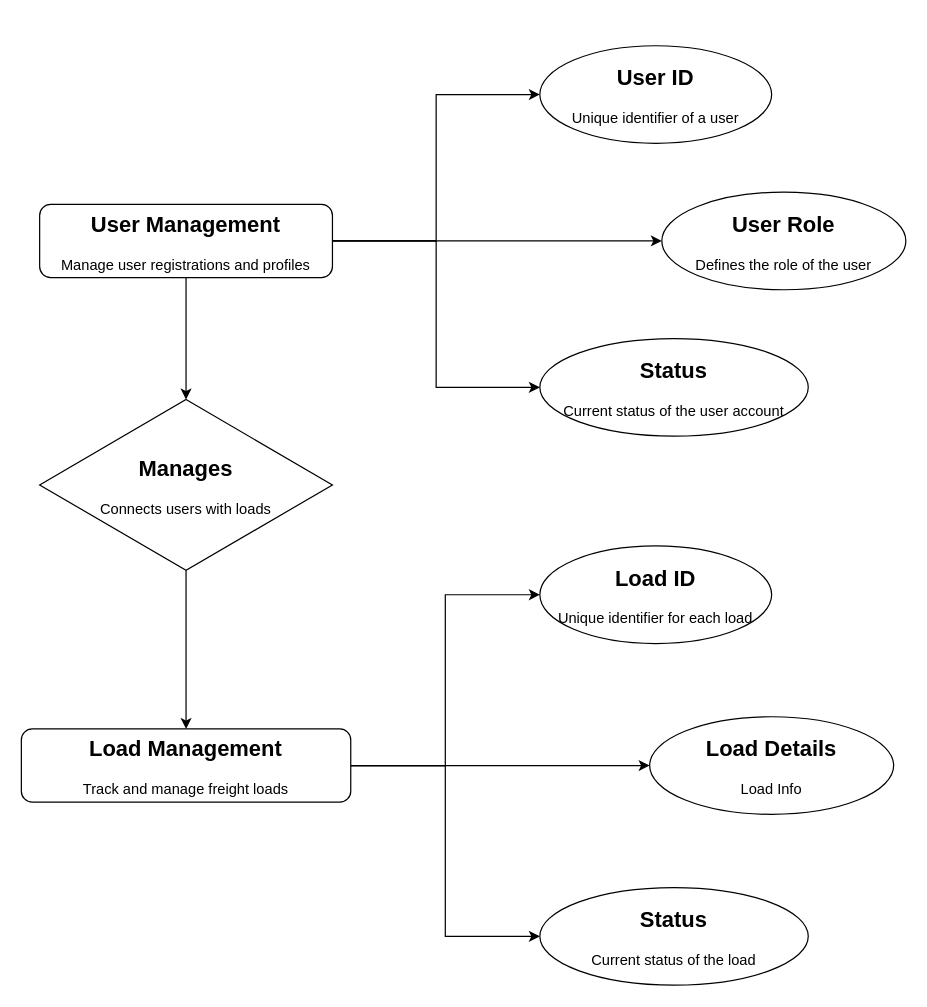
alankaryannam/ayai keeps this draw.io diagram as Untitled Diagram.drawio. Above is the earlier version. Source tidied: cells renumbered, new cells numbered last; positions are measured from the earlier drawing's top-left corner, leaving out a move shared by most shapes. Both pictures are drawn from the tidied source at 122%, with x=0, y=0 at pixel (21, 45).
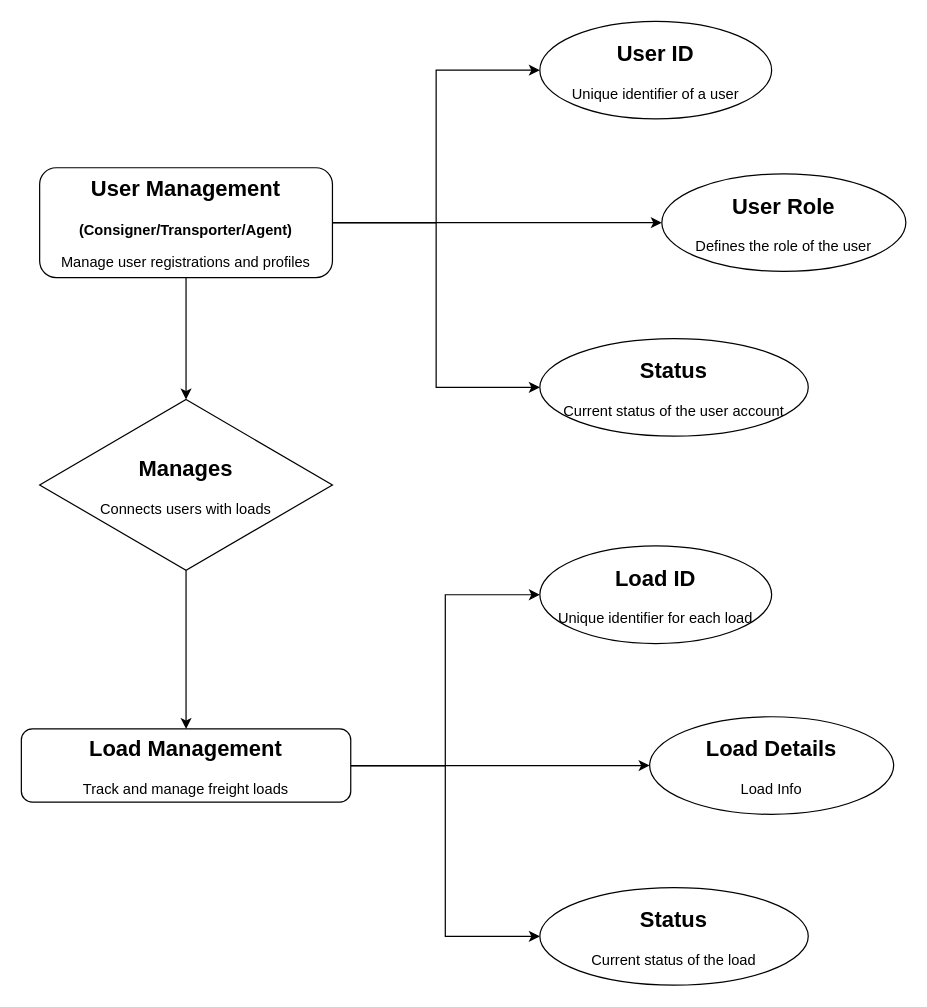
The same page after the edit.

What changed in the source:
```diff
@@
 <mxGraphModel>
   <root>
     <mxCell id="0" />
     <mxCell id="1" parent="0" />
     <mxCell id="2" style="edgeStyle=orthogonalEdgeStyle;rounded=0;jettySize=auto;html=1;exitX=1;exitY=0.5;exitDx=0;exitDy=0;entryX=0;entryY=0.5;entryDx=0;entryDy=0;" parent="1" edge="1" source="5" target="11">
       <mxGeometry relative="1" as="geometry" />
     </mxCell>
     <mxCell id="3" style="edgeStyle=orthogonalEdgeStyle;rounded=0;jettySize=auto;html=1;entryX=0;entryY=0.5;entryDx=0;entryDy=0;" parent="1" edge="1" source="5" target="12">
       <mxGeometry relative="1" as="geometry" />
     </mxCell>
     <mxCell id="4" style="edgeStyle=orthogonalEdgeStyle;rounded=0;jettySize=auto;html=1;entryX=0.5;entryY=0;entryDx=0;entryDy=0;" parent="1" edge="1" source="5" target="15">
       <mxGeometry relative="1" as="geometry" />
     </mxCell>
-    <mxCell id="5" value="&lt;h2&gt;User Management&lt;/h2&gt;&lt;p&gt;Manage user registrations and profiles&lt;/p&gt;" style="rounded=1;whiteSpace=wrap;html=1;" parent="1" vertex="1">
-      <mxGeometry x="15" y="130" width="240" height="60" as="geometry" />
+    <mxCell id="5" value="&lt;h2&gt;User Management&lt;/h2&gt;&lt;div&gt;&lt;b&gt;(Consigner/Transporter/Agent)&lt;/b&gt;&lt;/div&gt;&lt;p&gt;Manage user registrations and profiles&lt;/p&gt;" style="rounded=1;whiteSpace=wrap;html=1;" parent="1" vertex="1">
+      <mxGeometry x="15" y="100" width="240" height="90" as="geometry" />
     </mxCell>
     <mxCell id="6" style="edgeStyle=orthogonalEdgeStyle;rounded=0;jettySize=auto;html=1;entryX=0;entryY=0.5;entryDx=0;entryDy=0;" parent="1" edge="1" source="9" target="16">
       <mxGeometry relative="1" as="geometry" />
     </mxCell>
     <mxCell id="7" style="edgeStyle=orthogonalEdgeStyle;rounded=0;jettySize=auto;html=1;entryX=0;entryY=0.5;entryDx=0;entryDy=0;" parent="1" edge="1" source="9" target="17">
       <mxGeometry relative="1" as="geometry" />
     </mxCell>
     <mxCell id="8" style="edgeStyle=orthogonalEdgeStyle;rounded=0;jettySize=auto;html=1;entryX=0;entryY=0.5;entryDx=0;entryDy=0;" parent="1" edge="1" source="9" target="18">
       <mxGeometry relative="1" as="geometry" />
     </mxCell>
     <mxCell id="9" value="&lt;h2&gt;Load Management&lt;/h2&gt;&lt;p&gt;Track and manage freight loads&lt;/p&gt;" style="rounded=1;whiteSpace=wrap;html=1;" parent="1" vertex="1">
       <mxGeometry y="560" width="270" height="60" as="geometry" />
     </mxCell>
     <mxCell id="10" value="&lt;h2&gt;User ID&lt;/h2&gt;&lt;p&gt;Unique identifier of a user&lt;/p&gt;" style="ellipse;whiteSpace=wrap;html=1;" parent="1" vertex="1">
-      <mxGeometry x="425" width="190" height="80" as="geometry" />
+      <mxGeometry x="425" y="-20" width="190" height="80" as="geometry" />
     </mxCell>
     <mxCell id="11" value="&lt;h2&gt;User Role&lt;/h2&gt;&lt;div&gt;&lt;p&gt;Defines the role of the user&lt;/p&gt;&lt;/div&gt;" style="ellipse;whiteSpace=wrap;html=1;" parent="1" vertex="1">
-      <mxGeometry x="525" y="120" width="200" height="80" as="geometry" />
+      <mxGeometry x="525" y="105" width="200" height="80" as="geometry" />
     </mxCell>
     <mxCell id="12" value="&lt;h2&gt;Status&lt;/h2&gt;&lt;p&gt;Current status of the user account&lt;/p&gt;" style="ellipse;whiteSpace=wrap;html=1;" parent="1" vertex="1">
       <mxGeometry x="425" y="240" width="220" height="80" as="geometry" />
     </mxCell>
     <mxCell id="13" style="edgeStyle=orthogonalEdgeStyle;rounded=0;jettySize=auto;html=1;entryX=0;entryY=0.5;entryDx=0;entryDy=0;" parent="1" edge="1" source="5" target="10">
       <mxGeometry relative="1" as="geometry" />
     </mxCell>
     <mxCell id="14" style="edgeStyle=orthogonalEdgeStyle;rounded=0;jettySize=auto;html=1;entryX=0.5;entryY=0;entryDx=0;entryDy=0;" parent="1" edge="1" source="15" target="9">
       <mxGeometry relative="1" as="geometry" />
     </mxCell>
     <mxCell id="15" value="&lt;h2&gt;Manages&lt;/h2&gt;&lt;p&gt;Connects users with loads&lt;/p&gt;" style="rhombus;whiteSpace=wrap;html=1;" parent="1" vertex="1">
       <mxGeometry x="15" y="290" width="240" height="140" as="geometry" />
     </mxCell>
     <mxCell id="16" value="&lt;h2&gt;Load ID&lt;/h2&gt;&lt;p&gt;Unique identifier for each load&lt;/p&gt;" style="ellipse;whiteSpace=wrap;html=1;" parent="1" vertex="1">
       <mxGeometry x="425" y="410" width="190" height="80" as="geometry" />
     </mxCell>
     <mxCell id="17" value="&lt;h2&gt;Load Details&lt;/h2&gt;&lt;div&gt;&lt;p&gt;Load Info&lt;/p&gt;&lt;/div&gt;" style="ellipse;whiteSpace=wrap;html=1;" parent="1" vertex="1">
       <mxGeometry x="515" y="550" width="200" height="80" as="geometry" />
     </mxCell>
     <mxCell id="18" value="&lt;h2&gt;Status&lt;/h2&gt;&lt;p&gt;Current status of the load&lt;/p&gt;" style="ellipse;whiteSpace=wrap;html=1;" parent="1" vertex="1">
       <mxGeometry x="425" y="690" width="220" height="80" as="geometry" />
     </mxCell>
   </root>
 </mxGraphModel>
```
